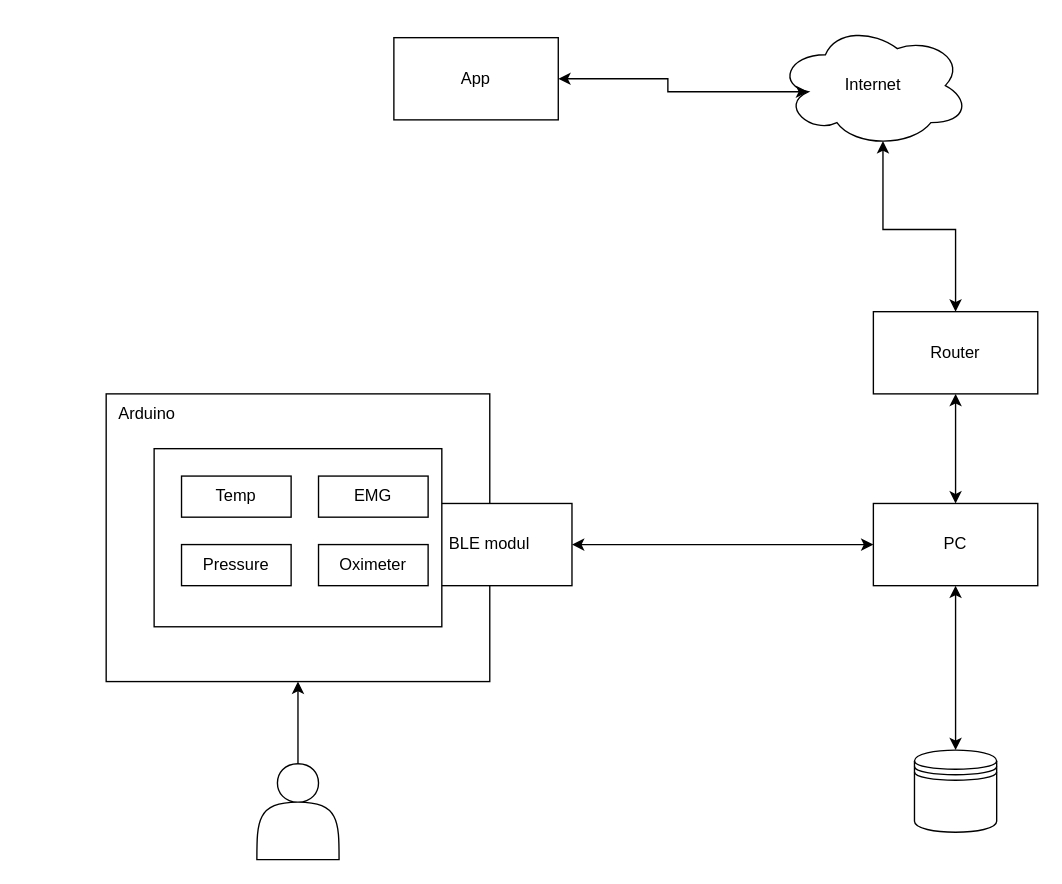
martinrudy/Bachelor-Thesis keeps this draw.io diagram as Architecture.drawio. Above is the earlier version. Source tidied: cells renumbered, new cells numbered last; positions are measured from the earlier drawing's top-left corner, leaving out a move shared by most shapes. Both pictures are drawn from the tidied source at 137%, with x=0, y=0 at pixel (105, 23).
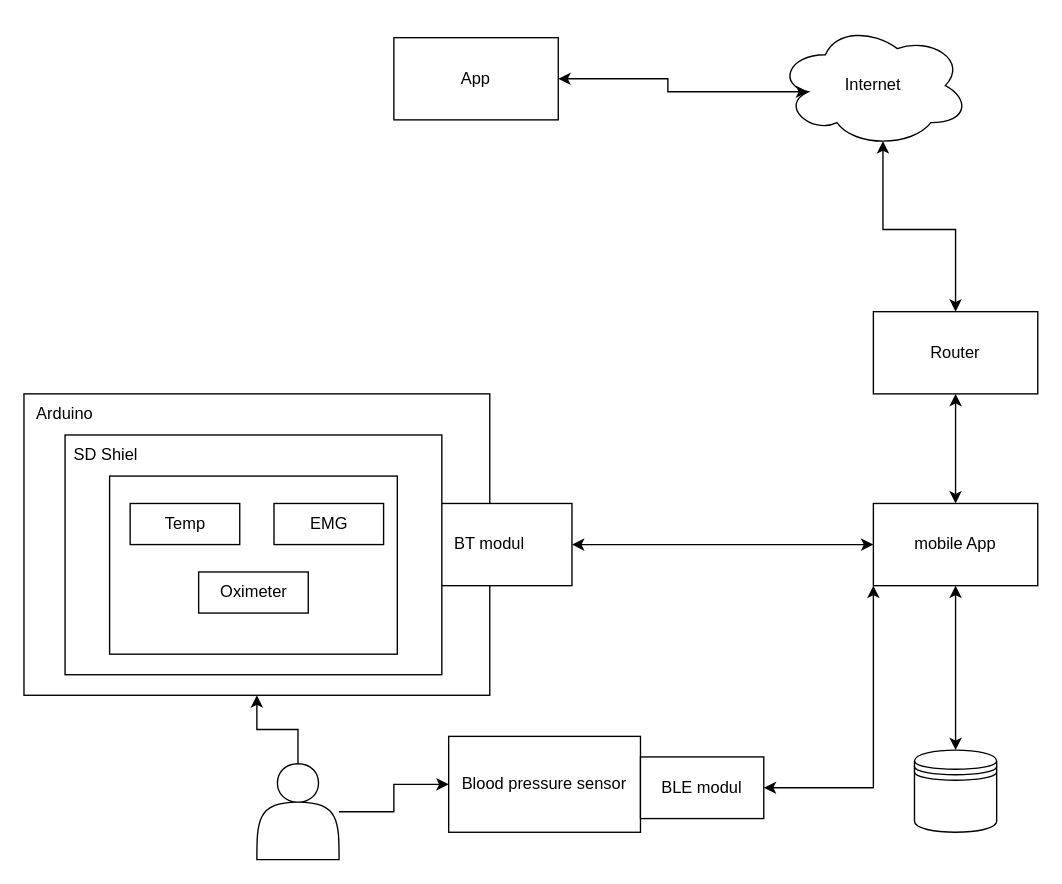
The same page after the edit.

The change refers to these unchanged cells:
```xml
<mxCell id="15" style="shape=actor;whiteSpace=wrap;html=1;" parent="1" vertex="1">
  <mxGeometry x="110" y="540" width="60" height="70" as="geometry" />
</mxCell>
```

What changed in the source:
```diff
@@
     <mxCell id="2" style="rounded=0;whiteSpace=wrap;html=1;align=left;" parent="1" vertex="1">
-      <mxGeometry y="270" width="280" height="210" as="geometry" />
+      <mxGeometry x="-60" y="270" width="340" height="220" as="geometry" />
     </mxCell>
@@
-    <mxCell id="4" value="BLE modul" style="rounded=0;whiteSpace=wrap;html=1;" parent="1" vertex="1">
+    <mxCell id="4" value="BT modul" style="rounded=0;whiteSpace=wrap;html=1;" parent="1" vertex="1">
       <mxGeometry x="220" y="350" width="120" height="60" as="geometry" />
     </mxCell>
@@
-    <mxCell id="6" value="PC" style="rounded=0;whiteSpace=wrap;html=1;" parent="1" vertex="1">
+    <mxCell id="6" value="mobile App" style="rounded=0;whiteSpace=wrap;html=1;" parent="1" vertex="1">
       <mxGeometry x="560" y="350" width="120" height="60" as="geometry" />
     </mxCell>
@@
+    <mxCell id="22" style="edgeStyle=orthogonalEdgeStyle;rounded=0;jettySize=auto;html=1;entryX=0;entryY=0.5;entryDx=0;entryDy=0;" parent="1" edge="1" source="15" target="19">
+      <mxGeometry relative="1" as="geometry" />
+    </mxCell>
@@
+    <mxCell id="19" value="Blood pressure sensor" style="rounded=0;whiteSpace=wrap;html=1;" parent="1" vertex="1">
+      <mxGeometry x="250" y="520" width="140" height="70" as="geometry" />
+    </mxCell>
+    <mxCell id="21" value="&lt;div&gt;Arduino&lt;/div&gt;" style="text;html=1;strokeColor=none;fillColor=none;align=center;verticalAlign=middle;whiteSpace=wrap;rounded=0;" parent="1" vertex="1">
+      <mxGeometry x="-60" y="270" width="60" height="30" as="geometry" />
+    </mxCell>
+    <mxCell id="23" style="rounded=0;whiteSpace=wrap;html=1;" parent="1" vertex="1">
+      <mxGeometry x="-30" y="300" width="275" height="175" as="geometry" />
+    </mxCell>
     <mxCell id="16" style="rounded=0;whiteSpace=wrap;html=1;" parent="1" vertex="1">
-      <mxGeometry x="35" y="310" width="210" height="130" as="geometry" />
+      <mxGeometry x="2.5" y="330" width="210" height="130" as="geometry" />
     </mxCell>
     <mxCell id="17" value="&lt;div&gt;EMG&lt;/div&gt;" style="rounded=0;whiteSpace=wrap;html=1;" parent="1" vertex="1">
-      <mxGeometry x="155" y="330" width="80" height="30" as="geometry" />
+      <mxGeometry x="122.5" y="350" width="80" height="30" as="geometry" />
     </mxCell>
     <mxCell id="18" value="Oximeter" style="rounded=0;whiteSpace=wrap;html=1;" parent="1" vertex="1">
-      <mxGeometry x="155" y="380" width="80" height="30" as="geometry" />
+      <mxGeometry x="67.5" y="400" width="80" height="30" as="geometry" />
     </mxCell>
-    <mxCell id="19" value="&lt;div&gt;Pressure&lt;/div&gt;" style="rounded=0;whiteSpace=wrap;html=1;" parent="1" vertex="1">
-      <mxGeometry x="55" y="380" width="80" height="30" as="geometry" />
-    </mxCell>
     <mxCell id="20" value="Temp" style="rounded=0;whiteSpace=wrap;html=1;" parent="1" vertex="1">
-      <mxGeometry x="55" y="330" width="80" height="30" as="geometry" />
+      <mxGeometry x="17.5" y="350" width="80" height="30" as="geometry" />
     </mxCell>
-    <mxCell id="21" value="&lt;div&gt;Arduino&lt;/div&gt;" style="text;html=1;strokeColor=none;fillColor=none;align=center;verticalAlign=middle;whiteSpace=wrap;rounded=0;" parent="1" vertex="1">
-      <mxGeometry y="270" width="60" height="30" as="geometry" />
-    </mxCell>
+    <mxCell id="24" value="SD Shiel" style="text;html=1;strokeColor=none;fillColor=none;align=center;verticalAlign=middle;whiteSpace=wrap;rounded=0;" parent="1" vertex="1">
+      <mxGeometry x="-30" y="300" width="60" height="30" as="geometry" />
+    </mxCell>
+    <mxCell id="25" style="edgeStyle=orthogonalEdgeStyle;rounded=0;jettySize=auto;html=1;exitX=1;exitY=0.5;exitDx=0;exitDy=0;entryX=0;entryY=1;entryDx=0;entryDy=0;startArrow=classic;startFill=1;" parent="1" edge="1" source="26" target="6">
+      <mxGeometry relative="1" as="geometry" />
+    </mxCell>
+    <mxCell id="26" value="BLE modul" style="rounded=0;whiteSpace=wrap;html=1;" parent="1" vertex="1">
+      <mxGeometry x="390" y="535" width="90" height="45" as="geometry" />
+    </mxCell>
```
